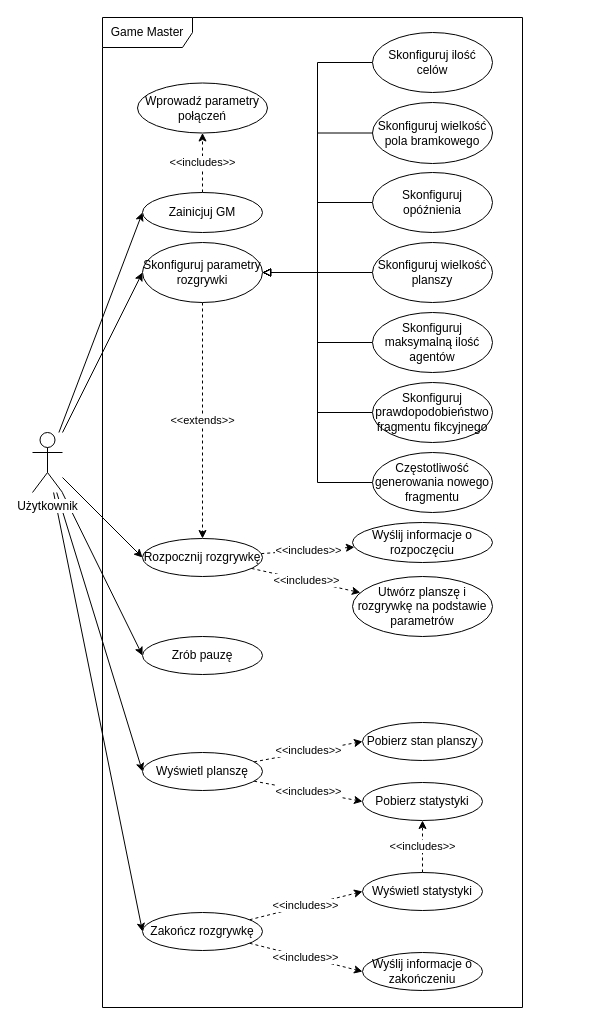
This is UML/UseCaseDiagram/USER-GM.drawio from MINI-IO/IO-project-game, a draw.io file, before an edit. Source tidied: cells renumbered, new cells numbered last; positions are measured from the earlier drawing's top-left corner, leaving out a move shared by most shapes. Both pictures are drawn from the tidied source at 100%, with x=0, y=0 at pixel (32, 17).
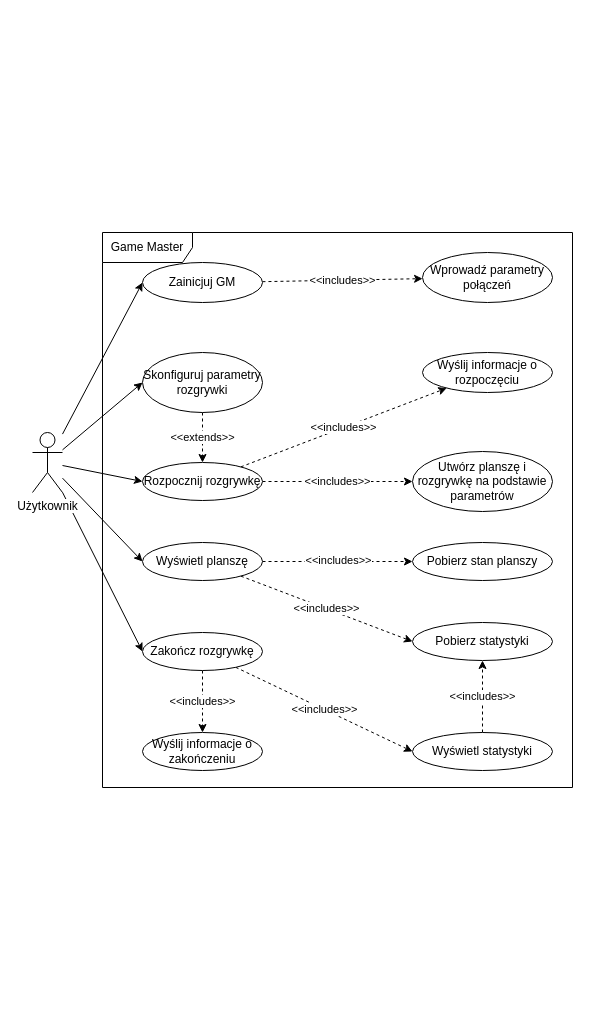
The same page after the edit.

Commit message (it also covers changes not shown here):
Extend user use cases desc

Unchanged cells that the change refers to:
```xml
<mxCell id="8" value="Użytkownik" style="shape=umlActor;verticalLabelPosition=bottom;labelBackgroundColor=#ffffff;verticalAlign=top;html=1;outlineConnect=0;" parent="1" vertex="1">
  <mxGeometry y="415" width="30" height="60" as="geometry" />
</mxCell>
```

Change to the diagram source:
```diff
@@
-    <mxCell id="5" style="rounded=0;jettySize=auto;html=1;entryX=0;entryY=0.5;entryDx=0;entryDy=0;" parent="1" edge="1" source="8" target="19">
-      <mxGeometry relative="1" as="geometry" />
-    </mxCell>
@@
-    <mxCell id="9" value="&amp;lt;&amp;lt;includes&amp;gt;&amp;gt;" style="edgeStyle=orthogonalEdgeStyle;rounded=0;jettySize=auto;html=1;dashed=1;" parent="1" edge="1" source="10" target="11">
+    <mxCell id="9" value="&amp;lt;&amp;lt;includes&amp;gt;&amp;gt;" style="rounded=0;jettySize=auto;html=1;dashed=1;" parent="1" edge="1" source="10" target="11">
       <mxGeometry relative="1" as="geometry" />
     </mxCell>
     <mxCell id="10" value="Zainicjuj GM" style="ellipse;whiteSpace=wrap;html=1;" parent="1" vertex="1">
-      <mxGeometry x="110" y="175" width="120" height="40" as="geometry" />
+      <mxGeometry x="110" y="245" width="120" height="40" as="geometry" />
     </mxCell>
     <mxCell id="11" value="Wprowadź parametry połączeń" style="ellipse;whiteSpace=wrap;html=1;" parent="1" vertex="1">
-      <mxGeometry x="105" y="65.5" width="130" height="50" as="geometry" />
+      <mxGeometry x="390" y="235" width="130" height="50" as="geometry" />
     </mxCell>
@@
     <mxCell id="13" value="Skonfiguruj parametry rozgrywki" style="ellipse;whiteSpace=wrap;html=1;" parent="1" vertex="1">
-      <mxGeometry x="110" y="225" width="120" height="60" as="geometry" />
+      <mxGeometry x="110" y="335" width="120" height="60" as="geometry" />
     </mxCell>
@@
     <mxCell id="16" value="Rozpocznij rozgrywkę" style="ellipse;whiteSpace=wrap;html=1;" parent="1" vertex="1">
-      <mxGeometry x="110" y="521" width="120" height="38" as="geometry" />
+      <mxGeometry x="110" y="445" width="120" height="38" as="geometry" />
     </mxCell>
     <mxCell id="17" value="Wyślij informacje o rozpoczęciu" style="ellipse;whiteSpace=wrap;html=1;" parent="1" vertex="1">
-      <mxGeometry x="320" y="505" width="140" height="40" as="geometry" />
+      <mxGeometry x="390" y="335" width="130" height="40" as="geometry" />
     </mxCell>
     <mxCell id="18" value="Utwórz planszę i rozgrywkę na podstawie parametrów" style="ellipse;whiteSpace=wrap;html=1;" parent="1" vertex="1">
-      <mxGeometry x="320" y="559" width="140" height="60" as="geometry" />
+      <mxGeometry x="380" y="434" width="140" height="60" as="geometry" />
     </mxCell>
-    <mxCell id="19" value="Zrób pauzę" style="ellipse;whiteSpace=wrap;html=1;" parent="1" vertex="1">
-      <mxGeometry x="110" y="619" width="120" height="38" as="geometry" />
-    </mxCell>
@@
     <mxCell id="22" value="Wyświetl planszę" style="ellipse;whiteSpace=wrap;html=1;" parent="1" vertex="1">
-      <mxGeometry x="110" y="735" width="120" height="38" as="geometry" />
+      <mxGeometry x="110" y="525" width="120" height="38" as="geometry" />
     </mxCell>
     <mxCell id="23" value="Pobierz stan planszy" style="ellipse;whiteSpace=wrap;html=1;" parent="1" vertex="1">
-      <mxGeometry x="330" y="705" width="120" height="38" as="geometry" />
+      <mxGeometry x="380" y="525" width="140" height="38" as="geometry" />
     </mxCell>
     <mxCell id="24" value="Pobierz statystyki" style="ellipse;whiteSpace=wrap;html=1;" parent="1" vertex="1">
-      <mxGeometry x="330" y="765" width="120" height="38" as="geometry" />
+      <mxGeometry x="380" y="605" width="140" height="38" as="geometry" />
     </mxCell>
-    <mxCell id="25" value="&amp;lt;&amp;lt;includes&amp;gt;&amp;gt;" style="rounded=0;jettySize=auto;html=1;entryX=0;entryY=0.5;entryDx=0;entryDy=0;dashed=1;" parent="1" edge="1" source="27" target="28">
+    <mxCell id="25" value="&amp;lt;&amp;lt;includes&amp;gt;&amp;gt;" style="rounded=0;jettySize=auto;html=1;dashed=1;" parent="1" edge="1" source="27" target="28">
       <mxGeometry relative="1" as="geometry" />
     </mxCell>
@@
     <mxCell id="27" value="Zakończ rozgrywkę" style="ellipse;whiteSpace=wrap;html=1;" parent="1" vertex="1">
-      <mxGeometry x="110" y="895" width="120" height="38" as="geometry" />
+      <mxGeometry x="110" y="615" width="120" height="38" as="geometry" />
     </mxCell>
     <mxCell id="28" value="Wyślij informacje o zakończeniu" style="ellipse;whiteSpace=wrap;html=1;" parent="1" vertex="1">
-      <mxGeometry x="330" y="935" width="120" height="38" as="geometry" />
+      <mxGeometry x="110" y="715" width="120" height="38" as="geometry" />
     </mxCell>
@@
     <mxCell id="30" value="Wyświetl statystyki" style="ellipse;whiteSpace=wrap;html=1;" parent="1" vertex="1">
-      <mxGeometry x="330" y="855" width="120" height="38" as="geometry" />
+      <mxGeometry x="380" y="715" width="140" height="38" as="geometry" />
     </mxCell>
-    <mxCell id="31" style="edgeStyle=orthogonalEdgeStyle;rounded=0;jettySize=auto;html=1;entryX=1;entryY=0.5;entryDx=0;entryDy=0;endArrow=block;endFill=0;" parent="1" edge="1" source="32" target="13">
-      <mxGeometry relative="1" as="geometry" />
-    </mxCell>
-    <mxCell id="32" value="Skonfiguruj wielkość planszy" style="ellipse;whiteSpace=wrap;html=1;" parent="1" vertex="1">
-      <mxGeometry x="340" y="225" width="120" height="60" as="geometry" />
-    </mxCell>
-    <mxCell id="33" style="edgeStyle=orthogonalEdgeStyle;rounded=0;jettySize=auto;html=1;entryX=1;entryY=0.5;entryDx=0;entryDy=0;endArrow=block;endFill=0;" parent="1" edge="1" source="34" target="13">
-      <mxGeometry relative="1" as="geometry" />
-    </mxCell>
-    <mxCell id="34" value="Skonfiguruj wielkość pola bramkowego" style="ellipse;whiteSpace=wrap;html=1;" parent="1" vertex="1">
-      <mxGeometry x="340" y="85" width="120" height="61" as="geometry" />
-    </mxCell>
-    <mxCell id="35" style="edgeStyle=orthogonalEdgeStyle;rounded=0;jettySize=auto;html=1;entryX=1;entryY=0.5;entryDx=0;entryDy=0;endArrow=block;endFill=0;" parent="1" edge="1" source="36" target="13">
-      <mxGeometry relative="1" as="geometry" />
-    </mxCell>
-    <mxCell id="36" value="Skonfiguruj ilość celów" style="ellipse;whiteSpace=wrap;html=1;" parent="1" vertex="1">
-      <mxGeometry x="340" y="15" width="120" height="60" as="geometry" />
-    </mxCell>
-    <mxCell id="37" style="edgeStyle=orthogonalEdgeStyle;rounded=0;jettySize=auto;html=1;entryX=1;entryY=0.5;entryDx=0;entryDy=0;endArrow=block;endFill=0;" parent="1" edge="1" source="38" target="13">
-      <mxGeometry relative="1" as="geometry" />
-    </mxCell>
-    <mxCell id="38" value="Skonfiguruj opóźnienia" style="ellipse;whiteSpace=wrap;html=1;" parent="1" vertex="1">
-      <mxGeometry x="340" y="155" width="120" height="60" as="geometry" />
-    </mxCell>
-    <mxCell id="39" style="edgeStyle=orthogonalEdgeStyle;rounded=0;jettySize=auto;html=1;entryX=1;entryY=0.5;entryDx=0;entryDy=0;endArrow=block;endFill=0;" parent="1" edge="1" source="40" target="13">
-      <mxGeometry relative="1" as="geometry" />
-    </mxCell>
-    <mxCell id="40" value="Skonfiguruj maksymalną ilość agentów" style="ellipse;whiteSpace=wrap;html=1;" parent="1" vertex="1">
-      <mxGeometry x="340" y="295" width="120" height="60" as="geometry" />
-    </mxCell>
-    <mxCell id="41" style="edgeStyle=orthogonalEdgeStyle;rounded=0;jettySize=auto;html=1;entryX=1;entryY=0.5;entryDx=0;entryDy=0;endArrow=block;endFill=0;" parent="1" edge="1" source="42" target="13">
-      <mxGeometry relative="1" as="geometry" />
-    </mxCell>
-    <mxCell id="42" value="Skonfiguruj prawdopodobieństwo fragmentu fikcyjnego" style="ellipse;whiteSpace=wrap;html=1;" parent="1" vertex="1">
-      <mxGeometry x="340" y="365" width="120" height="60" as="geometry" />
-    </mxCell>
-    <mxCell id="43" style="edgeStyle=orthogonalEdgeStyle;rounded=0;jettySize=auto;html=1;entryX=1;entryY=0.5;entryDx=0;entryDy=0;endArrow=block;endFill=0;" parent="1" edge="1" source="44" target="13">
-      <mxGeometry relative="1" as="geometry" />
-    </mxCell>
-    <mxCell id="44" value="Częstotliwość generowania nowego fragmentu" style="ellipse;whiteSpace=wrap;html=1;" parent="1" vertex="1">
-      <mxGeometry x="340" y="435" width="120" height="60" as="geometry" />
-    </mxCell>
     <mxCell id="45" value="Game Master" style="shape=umlFrame;whiteSpace=wrap;html=1;width=90;height=30;" parent="1" vertex="1">
-      <mxGeometry x="70" width="420" height="990" as="geometry" />
+      <mxGeometry x="70" y="215" width="470" height="555" as="geometry" />
     </mxCell>
```
